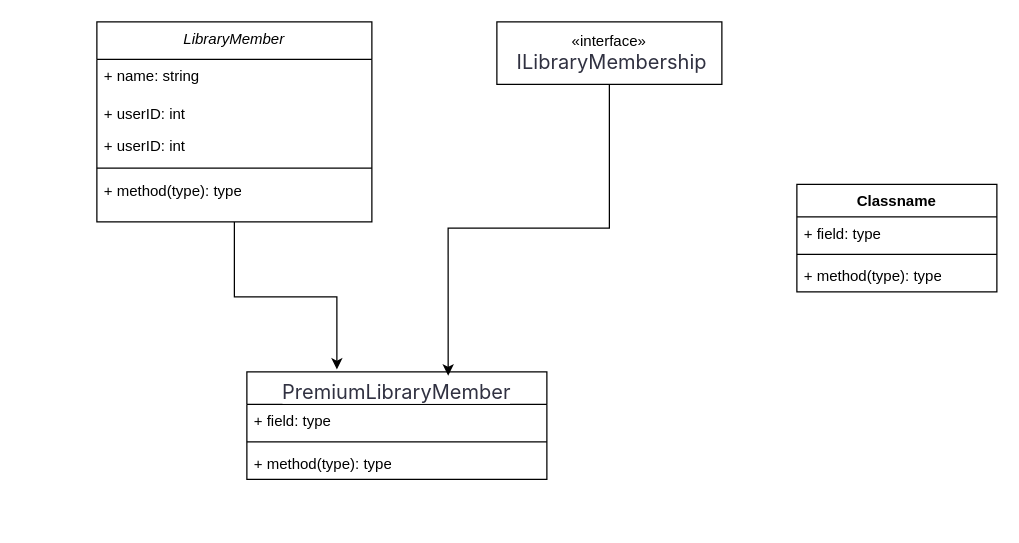
The draw.io diagram LIbrary.drawio in dotNETDev-Zayniddin/AdvOOP-1, before the edit. Source tidied: cells renumbered, new cells numbered last; positions are measured from the earlier drawing's top-left corner, leaving out a move shared by most shapes. Both pictures are drawn from the tidied source at 125%, with x=0, y=0 at pixel (96, 21).
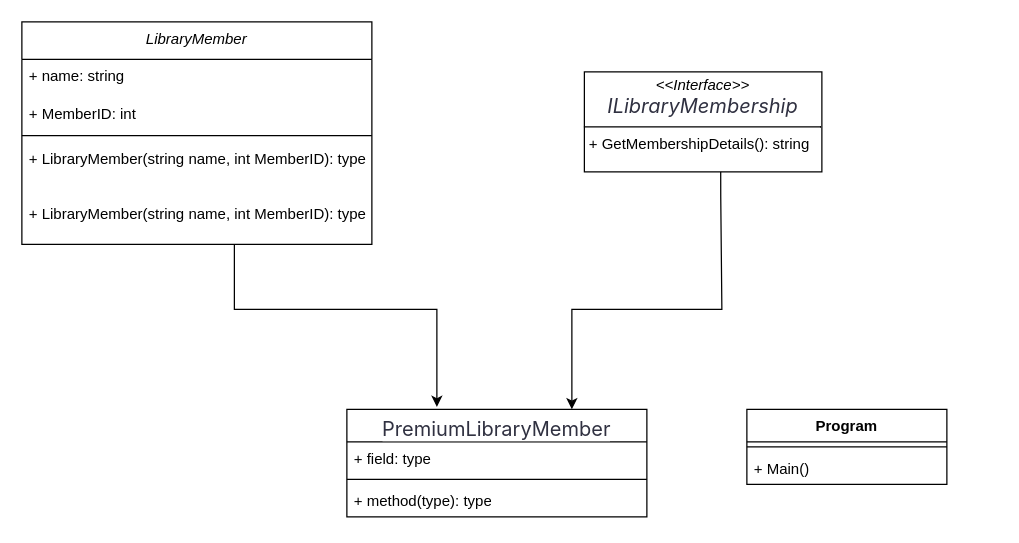
The same diagram, later.

Diff of the diagram source:
```diff
@@
-    <mxCell id="2" value="«interface»&lt;br&gt;&lt;span style=&quot;color: rgb(48, 49, 65); font-family: &amp;quot;Udemy Sans&amp;quot;, &amp;quot;SF Pro Text&amp;quot;, -apple-system, BlinkMacSystemFont, Roboto, &amp;quot;Segoe UI&amp;quot;, Helvetica, Arial, sans-serif, &amp;quot;Apple Color Emoji&amp;quot;, &amp;quot;Segoe UI Emoji&amp;quot;, &amp;quot;Segoe UI Symbol&amp;quot;; font-size: 16px; text-align: start; background-color: rgb(255, 255, 255);&quot;&gt;&amp;nbsp;ILibraryMembership&lt;/span&gt;" style="html=1;whiteSpace=wrap;" parent="1" vertex="1">
-      <mxGeometry x="320" width="180" height="50" as="geometry" />
-    </mxCell>
     <mxCell id="3" value="&lt;span style=&quot;color: rgb(48, 49, 65); font-family: &amp;quot;Udemy Sans&amp;quot;, &amp;quot;SF Pro Text&amp;quot;, -apple-system, BlinkMacSystemFont, Roboto, &amp;quot;Segoe UI&amp;quot;, Helvetica, Arial, sans-serif, &amp;quot;Apple Color Emoji&amp;quot;, &amp;quot;Segoe UI Emoji&amp;quot;, &amp;quot;Segoe UI Symbol&amp;quot;; font-size: 16px; font-weight: 400; text-align: start; background-color: rgb(255, 255, 255);&quot;&gt;PremiumLibraryMember&lt;/span&gt;" style="swimlane;fontStyle=1;align=center;verticalAlign=top;horizontal=1;startSize=26;whiteSpace=wrap;html=1;" parent="1" vertex="1">
-      <mxGeometry x="120" y="280" width="240" height="86" as="geometry" />
+      <mxGeometry x="200" y="310" width="240" height="86" as="geometry" />
     </mxCell>
@@
     <mxCell id="7" style="edgeStyle=orthogonalEdgeStyle;rounded=0;jettySize=auto;html=1;entryX=0.3;entryY=-0.023;entryDx=0;entryDy=0;entryPerimeter=0;" parent="1" edge="1" source="8" target="3">
-      <mxGeometry relative="1" as="geometry" />
+      <mxGeometry relative="1" as="geometry">
+        <Array as="points">
+          <mxPoint x="110" y="230" />
+          <mxPoint x="272" y="230" />
+        </Array>
+      </mxGeometry>
     </mxCell>
     <mxCell id="8" value="&lt;i style=&quot;font-weight: 400;&quot;&gt;LibraryMember&lt;/i&gt;" style="swimlane;fontStyle=1;align=center;verticalAlign=top;horizontal=1;startSize=30;whiteSpace=wrap;html=1;" parent="1" vertex="1">
-      <mxGeometry width="220" height="160" as="geometry" />
+      <mxGeometry x="-60" width="280" height="178" as="geometry" />
     </mxCell>
     <mxCell id="9" value="+ name: string&lt;span style=&quot;white-space: pre;&quot;&gt;&#9;&lt;/span&gt;" style="text;strokeColor=none;fillColor=none;align=left;verticalAlign=top;spacingLeft=4;spacingRight=4;overflow=hidden;whiteSpace=wrap;html=1;" parent="8" vertex="1">
-      <mxGeometry y="30" width="220" height="30" as="geometry" />
+      <mxGeometry y="30" width="280" height="30" as="geometry" />
     </mxCell>
-    <mxCell id="10" value="+ userID: int" style="text;strokeColor=none;fillColor=none;align=left;verticalAlign=top;spacingLeft=4;spacingRight=4;overflow=hidden;whiteSpace=wrap;html=1;" parent="8" vertex="1">
-      <mxGeometry y="60" width="220" height="26" as="geometry" />
+    <mxCell id="10" value="+ MemberID: int" style="text;strokeColor=none;fillColor=none;align=left;verticalAlign=top;spacingLeft=4;spacingRight=4;overflow=hidden;whiteSpace=wrap;html=1;" parent="8" vertex="1">
+      <mxGeometry y="60" width="280" height="26" as="geometry" />
     </mxCell>
-    <mxCell id="11" value="+ userID: int" style="text;strokeColor=none;fillColor=none;align=left;verticalAlign=top;spacingLeft=4;spacingRight=4;overflow=hidden;whiteSpace=wrap;html=1;" parent="8" vertex="1">
-      <mxGeometry y="86" width="220" height="26" as="geometry" />
-    </mxCell>
     <mxCell id="12" style="line;strokeWidth=1;fillColor=none;align=left;verticalAlign=middle;spacingTop=-1;spacingLeft=3;spacingRight=3;labelPosition=right;strokeColor=inherit;" parent="8" vertex="1">
-      <mxGeometry y="112" width="220" height="10" as="geometry" />
+      <mxGeometry y="86" width="280" height="10" as="geometry" />
     </mxCell>
-    <mxCell id="13" value="+ method(type): type" style="text;strokeColor=none;fillColor=none;align=left;verticalAlign=top;spacingLeft=4;spacingRight=4;overflow=hidden;whiteSpace=wrap;html=1;" parent="8" vertex="1">
-      <mxGeometry y="122" width="220" height="38" as="geometry" />
+    <mxCell id="13" value="+ LibraryMember(string name, int MemberID): type" style="text;strokeColor=none;fillColor=none;align=left;verticalAlign=top;spacingLeft=4;spacingRight=4;overflow=hidden;whiteSpace=wrap;html=1;" parent="8" vertex="1">
+      <mxGeometry y="96" width="280" height="44" as="geometry" />
     </mxCell>
-    <mxCell id="14" value="Classname" style="swimlane;fontStyle=1;align=center;verticalAlign=top;horizontal=1;startSize=26;whiteSpace=wrap;html=1;" parent="1" vertex="1">
-      <mxGeometry x="560" y="130" width="160" height="86" as="geometry" />
-    </mxCell>
-    <mxCell id="15" value="+ field: type" style="text;strokeColor=none;fillColor=none;align=left;verticalAlign=top;spacingLeft=4;spacingRight=4;overflow=hidden;whiteSpace=wrap;html=1;" parent="14" vertex="1">
-      <mxGeometry y="26" width="160" height="26" as="geometry" />
-    </mxCell>
-    <mxCell id="16" style="line;strokeWidth=1;fillColor=none;align=left;verticalAlign=middle;spacingTop=-1;spacingLeft=3;spacingRight=3;labelPosition=right;strokeColor=inherit;" parent="14" vertex="1">
-      <mxGeometry y="52" width="160" height="8" as="geometry" />
-    </mxCell>
-    <mxCell id="17" value="+ method(type): type" style="text;strokeColor=none;fillColor=none;align=left;verticalAlign=top;spacingLeft=4;spacingRight=4;overflow=hidden;whiteSpace=wrap;html=1;" parent="14" vertex="1">
-      <mxGeometry y="60" width="160" height="26" as="geometry" />
-    </mxCell>
-    <mxCell id="18" style="edgeStyle=orthogonalEdgeStyle;rounded=0;jettySize=auto;html=1;entryX=0.671;entryY=0.035;entryDx=0;entryDy=0;entryPerimeter=0;" parent="1" edge="1" source="2" target="3">
-      <mxGeometry relative="1" as="geometry" />
-    </mxCell>
+    <mxCell id="19" value="+ LibraryMember(string name, int MemberID): type" style="text;strokeColor=none;fillColor=none;align=left;verticalAlign=top;spacingLeft=4;spacingRight=4;overflow=hidden;whiteSpace=wrap;html=1;" parent="8" vertex="1">
+      <mxGeometry y="140" width="280" height="38" as="geometry" />
+    </mxCell>
+    <mxCell id="20" value="Program" style="swimlane;fontStyle=1;align=center;verticalAlign=top;horizontal=1;startSize=26;whiteSpace=wrap;html=1;" parent="1" vertex="1">
+      <mxGeometry x="520" y="310" width="160" height="60" as="geometry" />
+    </mxCell>
+    <mxCell id="21" style="line;strokeWidth=1;fillColor=none;align=left;verticalAlign=middle;spacingTop=-1;spacingLeft=3;spacingRight=3;labelPosition=right;strokeColor=inherit;" parent="20" vertex="1">
+      <mxGeometry y="26" width="160" height="8" as="geometry" />
+    </mxCell>
+    <mxCell id="22" value="+ Main()" style="text;strokeColor=none;fillColor=none;align=left;verticalAlign=top;spacingLeft=4;spacingRight=4;overflow=hidden;whiteSpace=wrap;html=1;" parent="20" vertex="1">
+      <mxGeometry y="34" width="160" height="26" as="geometry" />
+    </mxCell>
+    <mxCell id="23" value="&lt;p style=&quot;margin:0px;margin-top:4px;text-align:center;&quot;&gt;&lt;i&gt;&amp;lt;&amp;lt;Interface&amp;gt;&amp;gt;&lt;/i&gt;&lt;br&gt;&lt;span style=&quot;color: rgb(48, 49, 65); font-family: &amp;quot;Udemy Sans&amp;quot;, &amp;quot;SF Pro Text&amp;quot;, -apple-system, BlinkMacSystemFont, Roboto, &amp;quot;Segoe UI&amp;quot;, Helvetica, Arial, sans-serif, &amp;quot;Apple Color Emoji&amp;quot;, &amp;quot;Segoe UI Emoji&amp;quot;, &amp;quot;Segoe UI Symbol&amp;quot;; font-size: 16px; text-align: start; background-color: rgb(255, 255, 255);&quot;&gt;&lt;i&gt;ILibraryMembership&lt;/i&gt;&lt;/span&gt;&lt;/p&gt;&lt;hr size=&quot;1&quot; style=&quot;border-style:solid;&quot;&gt;&lt;p style=&quot;margin:0px;margin-left:4px;&quot;&gt;+ GetMembershipDetails(): string&lt;br&gt;&lt;/p&gt;" style="verticalAlign=top;align=left;overflow=fill;html=1;whiteSpace=wrap;" parent="1" vertex="1">
+      <mxGeometry x="390" y="40" width="190" height="80" as="geometry" />
+    </mxCell>
+    <mxCell id="24" style="edgeStyle=orthogonalEdgeStyle;rounded=0;jettySize=auto;html=1;entryX=0.75;entryY=0;entryDx=0;entryDy=0;entryPerimeter=0;exitX=0.574;exitY=1;exitDx=0;exitDy=0;exitPerimeter=0;" parent="1" edge="1" source="23" target="3">
+      <mxGeometry relative="1" as="geometry">
+        <Array as="points">
+          <mxPoint x="499" y="140" />
+          <mxPoint x="500" y="230" />
+          <mxPoint x="380" y="230" />
+        </Array>
+      </mxGeometry>
+    </mxCell>
```
